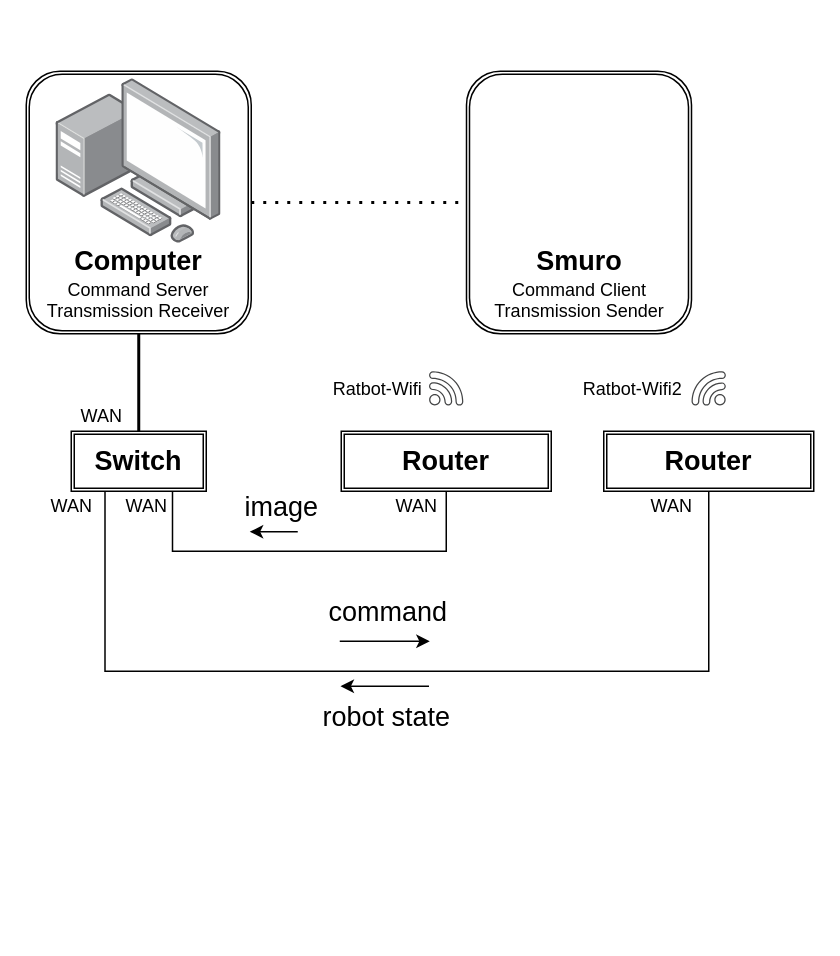
Before: Untitled Diagram.drawio in Zeffiretti/etm, a draw.io diagram. Source tidied: cells renumbered, new cells numbered last; positions are measured from the earlier drawing's top-left corner, leaving out a move shared by most shapes. Both pictures are drawn from the tidied source at 150%, with x=0, y=0 at pixel (26, 70). Pictures stored in the file or linked from it are replaced by grey dashed boxes.
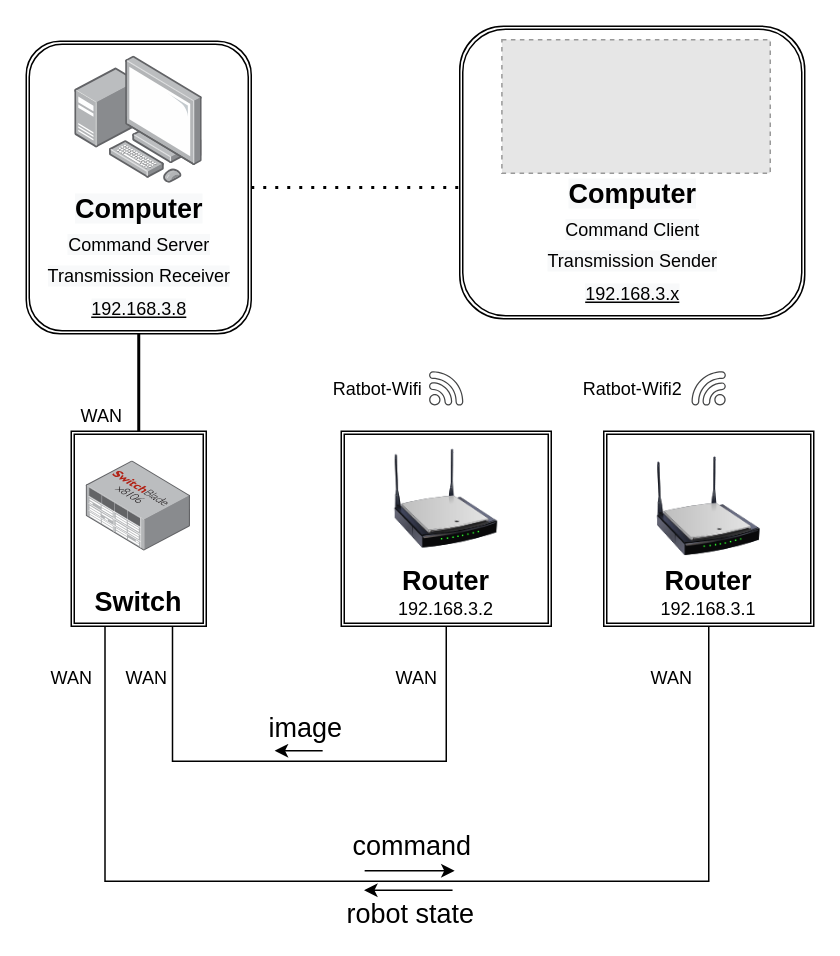
Above is the later version.

Diff of the diagram source:
```diff
@@
     <mxCell id="2" style="edgeStyle=orthogonalEdgeStyle;rounded=0;jettySize=auto;html=1;exitX=0.25;exitY=1;exitDx=0;exitDy=0;fontSize=12;endArrow=none;endFill=0;" parent="1" edge="1" source="4" target="7">
       <mxGeometry relative="1" as="geometry">
         <Array as="points">
-          <mxPoint x="53" y="400" />
-          <mxPoint x="455" y="400" />
+          <mxPoint x="53" y="540" />
+          <mxPoint x="455" y="540" />
         </Array>
       </mxGeometry>
     </mxCell>
     <mxCell id="3" style="edgeStyle=orthogonalEdgeStyle;rounded=0;jettySize=auto;html=1;exitX=0.75;exitY=1;exitDx=0;exitDy=0;fontSize=12;endArrow=none;endFill=0;entryX=0.5;entryY=1;entryDx=0;entryDy=0;" parent="1" edge="1" source="4" target="8">
       <mxGeometry relative="1" as="geometry">
         <Array as="points">
-          <mxPoint x="97" y="320" />
-          <mxPoint x="280" y="320" />
+          <mxPoint x="97" y="460" />
+          <mxPoint x="280" y="460" />
         </Array>
       </mxGeometry>
     </mxCell>
-    <mxCell id="4" value="&lt;font style=&quot;font-size: 18px&quot;&gt;&lt;b&gt;Switch&lt;/b&gt;&lt;/font&gt;" style="shape=ext;double=1;rounded=0;whiteSpace=wrap;html=1;" parent="1" vertex="1">
-      <mxGeometry x="30" y="240" width="90" height="40" as="geometry" />
+    <mxCell id="4" value="&lt;font style=&quot;font-size: 18px&quot;&gt;&lt;b&gt;Switch&lt;/b&gt;&lt;/font&gt;" style="shape=ext;double=1;rounded=0;whiteSpace=wrap;html=1;verticalAlign=bottom;" parent="1" vertex="1">
+      <mxGeometry x="30" y="240" width="90" height="130" as="geometry" />
     </mxCell>
@@
-    <mxCell id="7" value="&lt;font&gt;&lt;span style=&quot;font-weight: bold ; font-size: 18px&quot;&gt;Router&lt;/span&gt;&lt;br&gt;&lt;/font&gt;" style="shape=ext;double=1;rounded=0;whiteSpace=wrap;html=1;" parent="1" vertex="1">
-      <mxGeometry x="385" y="240" width="140" height="40" as="geometry" />
+    <mxCell id="7" value="&lt;font&gt;&lt;span style=&quot;font-weight: bold ; font-size: 18px&quot;&gt;Router&lt;br&gt;&lt;/span&gt;192.168.3.1&lt;br&gt;&lt;/font&gt;" style="shape=ext;double=1;rounded=0;whiteSpace=wrap;html=1;verticalAlign=bottom;" parent="1" vertex="1">
+      <mxGeometry x="385" y="240" width="140" height="130" as="geometry" />
     </mxCell>
-    <mxCell id="8" value="&lt;font&gt;&lt;font&gt;&lt;b&gt;&lt;font style=&quot;font-size: 18px&quot;&gt;Router&lt;/font&gt;&lt;/b&gt;&lt;/font&gt;&lt;br&gt;&lt;/font&gt;" style="shape=ext;double=1;rounded=0;whiteSpace=wrap;html=1;" parent="1" vertex="1">
-      <mxGeometry x="210" y="240" width="140" height="40" as="geometry" />
+    <mxCell id="8" value="&lt;font&gt;&lt;font&gt;&lt;b&gt;&lt;font style=&quot;font-size: 18px&quot;&gt;Router&lt;br&gt;&lt;/font&gt;&lt;/b&gt;&lt;/font&gt;192.168.3.2&lt;br&gt;&lt;/font&gt;" style="shape=ext;double=1;rounded=0;whiteSpace=wrap;html=1;align=center;verticalAlign=bottom;" parent="1" vertex="1">
+      <mxGeometry x="210" y="240" width="140" height="130" as="geometry" />
     </mxCell>
     <mxCell id="9" value="WAN" style="text;html=1;align=center;verticalAlign=middle;strokeColor=none;fillColor=none;" parent="1" vertex="1">
-      <mxGeometry x="60" y="280" width="40" height="20" as="geometry" />
+      <mxGeometry x="60" y="395" width="40" height="20" as="geometry" />
     </mxCell>
     <mxCell id="10" value="WAN" style="text;html=1;align=center;verticalAlign=middle;strokeColor=none;fillColor=none;" parent="1" vertex="1">
-      <mxGeometry x="240" y="280" width="40" height="20" as="geometry" />
+      <mxGeometry x="240" y="395" width="40" height="20" as="geometry" />
     </mxCell>
     <mxCell id="11" value="WAN" style="text;html=1;align=center;verticalAlign=middle;strokeColor=none;fillColor=none;" parent="1" vertex="1">
-      <mxGeometry x="10" y="280" width="40" height="20" as="geometry" />
+      <mxGeometry x="10" y="395" width="40" height="20" as="geometry" />
     </mxCell>
     <mxCell id="12" value="WAN" style="text;html=1;align=center;verticalAlign=middle;strokeColor=none;fillColor=none;" parent="1" vertex="1">
-      <mxGeometry x="410" y="280" width="40" height="20" as="geometry" />
+      <mxGeometry x="410" y="395" width="40" height="20" as="geometry" />
     </mxCell>
@@
-    <mxCell id="15" style="group;" parent="1" vertex="1">
-      <mxGeometry width="150" height="175" as="geometry" />
+    <mxCell id="15" style="group;verticalAlign=bottom;" parent="1" vertex="1">
+      <mxGeometry y="-20" width="150" height="195" as="geometry" />
     </mxCell>
-    <mxCell id="16" value="&lt;font style=&quot;font-size: 18px&quot;&gt;&lt;b&gt;&lt;br&gt;&lt;br&gt;&lt;br&gt;&lt;br&gt;&lt;br&gt;Computer&lt;/b&gt;&lt;/font&gt;&lt;br&gt;Command Server&lt;br&gt;Transmission Receiver" style="shape=ext;double=1;rounded=1;whiteSpace=wrap;html=1;" parent="15" vertex="1">
-      <mxGeometry width="150" height="175" as="geometry" />
+    <mxCell id="16" style="shape=ext;double=1;rounded=1;whiteSpace=wrap;html=1;" parent="15" vertex="1">
+      <mxGeometry width="150" height="195" as="geometry" />
     </mxCell>
-    <mxCell id="17" style="html=1;align=center;shadow=0;dashed=0;image;image=img/lib/allied_telesis/computer_and_terminals/Personal_Computer_with_Server.svg;fontSize=18;fillColor=#000000;" parent="15" vertex="1">
-      <mxGeometry x="20" y="5" width="110" height="110" as="geometry" />
+    <mxCell id="17" value="&lt;font style=&quot;background-color: rgb(248 , 249 , 250)&quot;&gt;&lt;b&gt;Computer&lt;/b&gt;&lt;/font&gt;&lt;br style=&quot;font-size: 12px ; background-color: rgb(248 , 249 , 250)&quot;&gt;&lt;span style=&quot;font-size: 12px ; background-color: rgb(248 , 249 , 250)&quot;&gt;Command Server&lt;/span&gt;&lt;br style=&quot;font-size: 12px ; background-color: rgb(248 , 249 , 250)&quot;&gt;&lt;span style=&quot;font-size: 12px ; background-color: rgb(248 , 249 , 250)&quot;&gt;Transmission Receiver&lt;br&gt;&lt;u&gt;192.168.3.8&lt;/u&gt;&lt;br&gt;&lt;/span&gt;" style="html=1;align=center;shadow=0;dashed=0;image;image=img/lib/allied_telesis/computer_and_terminals/Personal_Computer_with_Server.svg;fontSize=18;fillColor=#000000;" parent="15" vertex="1">
+      <mxGeometry x="32.5" y="10" width="85" height="85" as="geometry" />
     </mxCell>
-    <mxCell id="18" style="group;" parent="1" vertex="1">
-      <mxGeometry x="293.5" width="150" height="175" as="geometry" />
-    </mxCell>
-    <mxCell id="19" value="&lt;font style=&quot;font-size: 18px&quot;&gt;&lt;b&gt;&lt;br&gt;&lt;br&gt;&lt;br&gt;&lt;br&gt;&lt;br&gt;Smuro&lt;/b&gt;&lt;/font&gt;&lt;br&gt;Command Client&lt;br&gt;Transmission Sender" style="shape=ext;double=1;rounded=1;whiteSpace=wrap;html=1;" parent="18" vertex="1">
-      <mxGeometry width="150" height="175" as="geometry" />
-    </mxCell>
     <mxCell id="20" style="endArrow=classic;html=1;rounded=0;fontSize=18;horizontal=1;" parent="1" edge="1">
       <mxGeometry relative="1" as="geometry">
-        <mxPoint x="181" y="307" as="sourcePoint" />
-        <mxPoint x="149" y="307" as="targetPoint" />
+        <mxPoint x="197.6" y="453" as="sourcePoint" />
+        <mxPoint x="165.6" y="453" as="targetPoint" />
       </mxGeometry>
     </mxCell>
     <mxCell id="21" value="image" style="edgeLabel;html=1;align=center;verticalAlign=middle;fontSize=18;fillColor=#000000;horizontal=1;" parent="20" vertex="1">
       <mxGeometry relative="1" as="geometry">
-        <mxPoint x="4" y="-17" as="offset" />
+        <mxPoint x="4" y="-16" as="offset" />
       </mxGeometry>
     </mxCell>
     <mxCell id="22" style="endArrow=classic;html=1;rounded=0;fontSize=18;horizontal=1;" parent="1" edge="1">
       <mxGeometry relative="1" as="geometry">
-        <mxPoint x="268.5" y="410" as="sourcePoint" />
-        <mxPoint x="209.5" y="410" as="targetPoint" />
+        <mxPoint x="284.2" y="546" as="sourcePoint" />
+        <mxPoint x="225.2" y="546" as="targetPoint" />
       </mxGeometry>
     </mxCell>
     <mxCell id="23" value="robot state" style="edgeLabel;html=1;align=center;verticalAlign=middle;fontSize=18;fillColor=#000000;horizontal=1;" parent="22" vertex="1">
       <mxGeometry relative="1" as="geometry">
-        <mxPoint x="1" y="20" as="offset" />
+        <mxPoint x="1" y="15" as="offset" />
       </mxGeometry>
     </mxCell>
     <mxCell id="24" style="endArrow=classic;html=1;rounded=0;fontSize=18;horizontal=1;" parent="1" edge="1">
       <mxGeometry relative="1" as="geometry">
-        <mxPoint x="209" y="380" as="sourcePoint" />
-        <mxPoint x="269" y="380" as="targetPoint" />
+        <mxPoint x="225.6" y="533" as="sourcePoint" />
+        <mxPoint x="285.6" y="533" as="targetPoint" />
       </mxGeometry>
     </mxCell>
     <mxCell id="25" value="command" style="edgeLabel;html=1;align=center;verticalAlign=middle;fontSize=18;fillColor=#000000;horizontal=1;" parent="24" vertex="1">
       <mxGeometry relative="1" as="geometry">
-        <mxPoint x="1" y="-20" as="offset" />
+        <mxPoint x="1" y="-17" as="offset" />
       </mxGeometry>
     </mxCell>
-    <mxCell id="26" style="endArrow=none;dashed=1;html=1;dashPattern=1 3;strokeWidth=2;rounded=0;fontSize=18;exitX=1;exitY=0.5;exitDx=0;exitDy=0;entryX=0;entryY=0.5;entryDx=0;entryDy=0;" parent="1" edge="1" source="16" target="19">
-      <mxGeometry relative="1" as="geometry" />
+    <mxCell id="26" style="endArrow=none;dashed=1;html=1;dashPattern=1 3;strokeWidth=2;rounded=0;fontSize=18;exitX=1;exitY=0.5;exitDx=0;exitDy=0;entryX=0;entryY=0.5;entryDx=0;entryDy=0;" parent="1" edge="1" source="16">
+      <mxGeometry relative="1" as="geometry">
+        <mxPoint x="293.5" y="77.5" as="targetPoint" />
+      </mxGeometry>
     </mxCell>
@@
+    <mxCell id="29" style="html=1;align=center;shadow=0;dashed=0;image;image=img/lib/allied_telesis/switch/Modular_Switch_SBx8106.svg;fontSize=12;fillColor=#000000;" parent="1" vertex="1">
+      <mxGeometry x="40" y="260" width="69.8" height="60" as="geometry" />
+    </mxCell>
+    <mxCell id="30" style="group;verticalAlign=bottom;" parent="1" vertex="1">
+      <mxGeometry x="289" y="-30" width="230" height="195" as="geometry" />
+    </mxCell>
+    <mxCell id="31" style="shape=ext;double=1;rounded=1;whiteSpace=wrap;html=1;" parent="30" vertex="1">
+      <mxGeometry width="230" height="195" as="geometry" />
+    </mxCell>
+    <mxCell id="32" value="&lt;font style=&quot;background-color: rgb(248 , 249 , 250)&quot;&gt;&lt;b&gt;Computer&lt;/b&gt;&lt;/font&gt;&lt;br style=&quot;font-size: 12px ; background-color: rgb(248 , 249 , 250)&quot;&gt;&lt;span style=&quot;font-size: 12px ; background-color: rgb(248 , 249 , 250)&quot;&gt;Command Client&lt;/span&gt;&lt;br style=&quot;font-size: 12px ; background-color: rgb(248 , 249 , 250)&quot;&gt;&lt;span style=&quot;font-size: 12px ; background-color: rgb(248 , 249 , 250)&quot;&gt;Transmission Sender&lt;br&gt;&lt;u&gt;192.168.3.x&lt;/u&gt;&lt;br&gt;&lt;/span&gt;" style="html=1;align=center;shadow=0;dashed=0;image;image=img/lib/allied_telesis/computer_and_terminals/Personal_Computer_with_Server.svg;fontSize=18;fillColor=#000000;" parent="30" vertex="1">
+      <mxGeometry x="72.5" y="10" width="85" height="85" as="geometry" />
+    </mxCell>
+    <mxCell id="33" style="fillColor=#E6E6E6;strokeColor=#999999;dashed=1;verticalLabelPosition=bottom;labelBackgroundColor=default;verticalAlign=top;fontSize=12;" parent="30" vertex="1">
+      <mxGeometry x="28.1" y="9" width="178.9" height="89" as="geometry" />
+    </mxCell>
+    <mxCell id="34" style="image;html=1;image=img/lib/clip_art/networking/Wireless_Router_N_128x128.png;fontSize=12;fillColor=#000000;" parent="1" vertex="1">
+      <mxGeometry x="245.5" y="250" width="69" height="70" as="geometry" />
+    </mxCell>
+    <mxCell id="35" style="image;html=1;image=img/lib/clip_art/networking/Wireless_Router_N_128x128.png;fontSize=12;fillColor=#000000;" parent="1" vertex="1">
+      <mxGeometry x="420.5" y="255" width="69" height="70" as="geometry" />
+    </mxCell>
```
